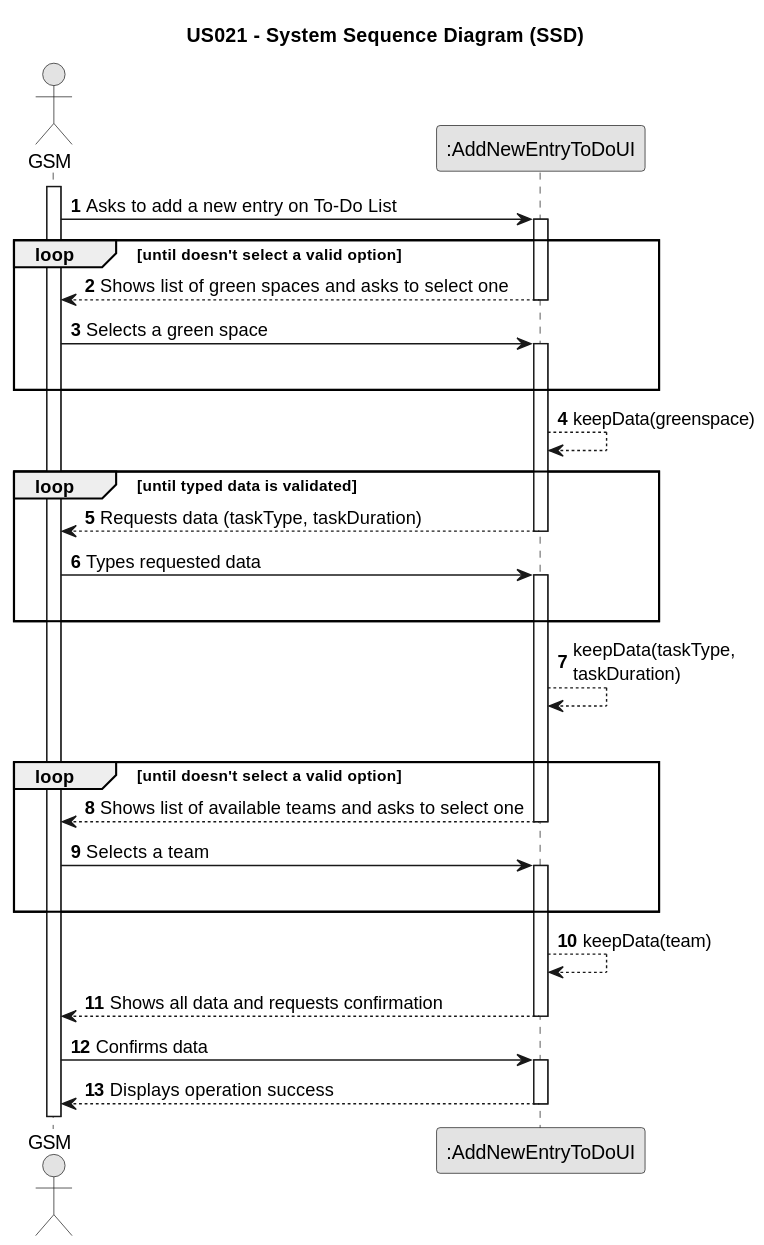
Above: docs/SprintC/us021/01.requirements-engineering/svg/us021-system-sequence-diagram.svg in Rui-San/LAPR2_2023_2024 (PlantUML), before the change. The source it was exported from:
```plantuml
@startuml
skinparam monochrome true
skinparam packageStyle rectangle
skinparam shadowing false

title US021 - System Sequence Diagram (SSD)

autonumber

actor "GSM" as GSM
participant ":AddNewEntryToDoUI" as UI

activate GSM

    GSM -> UI : Asks to add a new entry on To-Do List
    activate UI
    loop until doesn't select a valid option
                    UI --> GSM : Shows list of green spaces and asks to select one
                deactivate UI

                GSM -> UI : Selects a green space

                activate UI
                |||
                end

            UI --> UI : keepData(greenspace)


    loop until typed data is validated

        UI --> GSM : Requests data (taskType, taskDuration)
    deactivate UI

    GSM -> UI : Types requested data

    activate UI
    |||

    end

        UI --> UI : keepData(taskType,\ntaskDuration)
        |||

                loop until doesn't select a valid option
                            UI --> GSM : Shows list of available teams and asks to select one
                        deactivate UI

                        GSM -> UI : Selects a team

                        activate UI
                        |||
                        end

                        UI --> UI : keepData(team)
                UI --> GSM : Shows all data and requests confirmation
deactivate UI
    GSM -> UI : Confirms data

    activate UI

        UI --> GSM : Displays operation success
    deactivate UI
@enduml
```
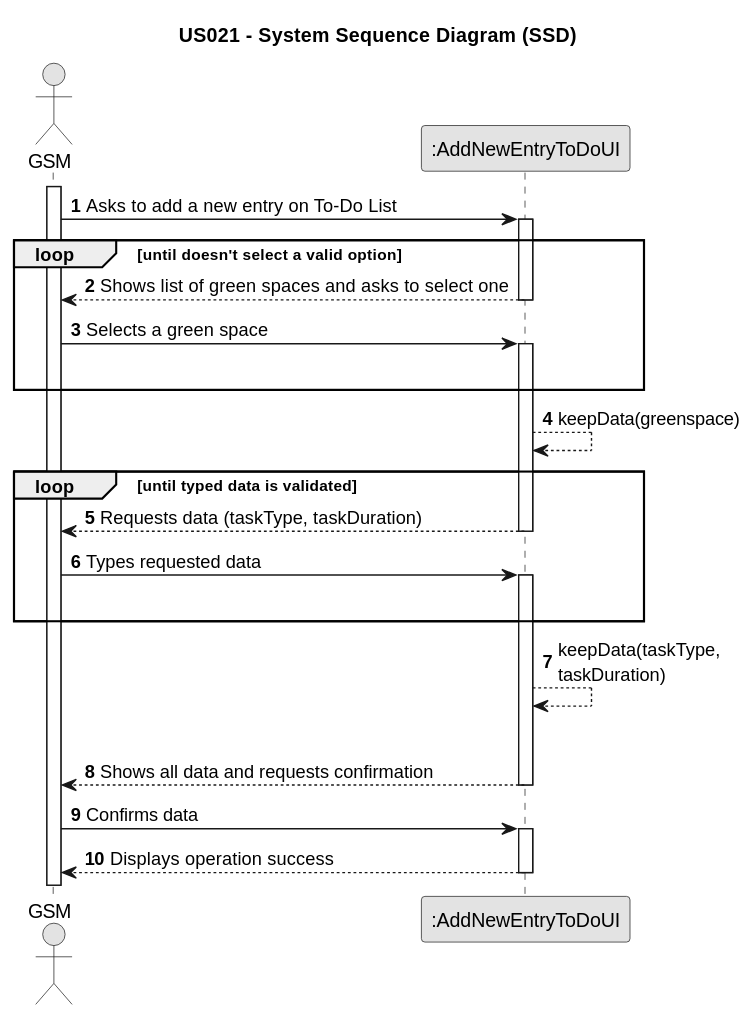
Above is the later version.

Commit message:
US021 : Removed team selection from req engineering and ssd as teams will be assigned after on the tasks inside agenda (by gsm)

Diff of the diagram source:
```diff
@@ -42,17 +42,7 @@
         UI --> UI : keepData(taskType,\ntaskDuration)
         |||
 
-                loop until doesn't select a valid option
-                            UI --> GSM : Shows list of available teams and asks to select one
-                        deactivate UI
 
-                        GSM -> UI : Selects a team
-
-                        activate UI
-                        |||
-                        end
-
-                        UI --> UI : keepData(team)
                 UI --> GSM : Shows all data and requests confirmation
 deactivate UI
     GSM -> UI : Confirms data
```
